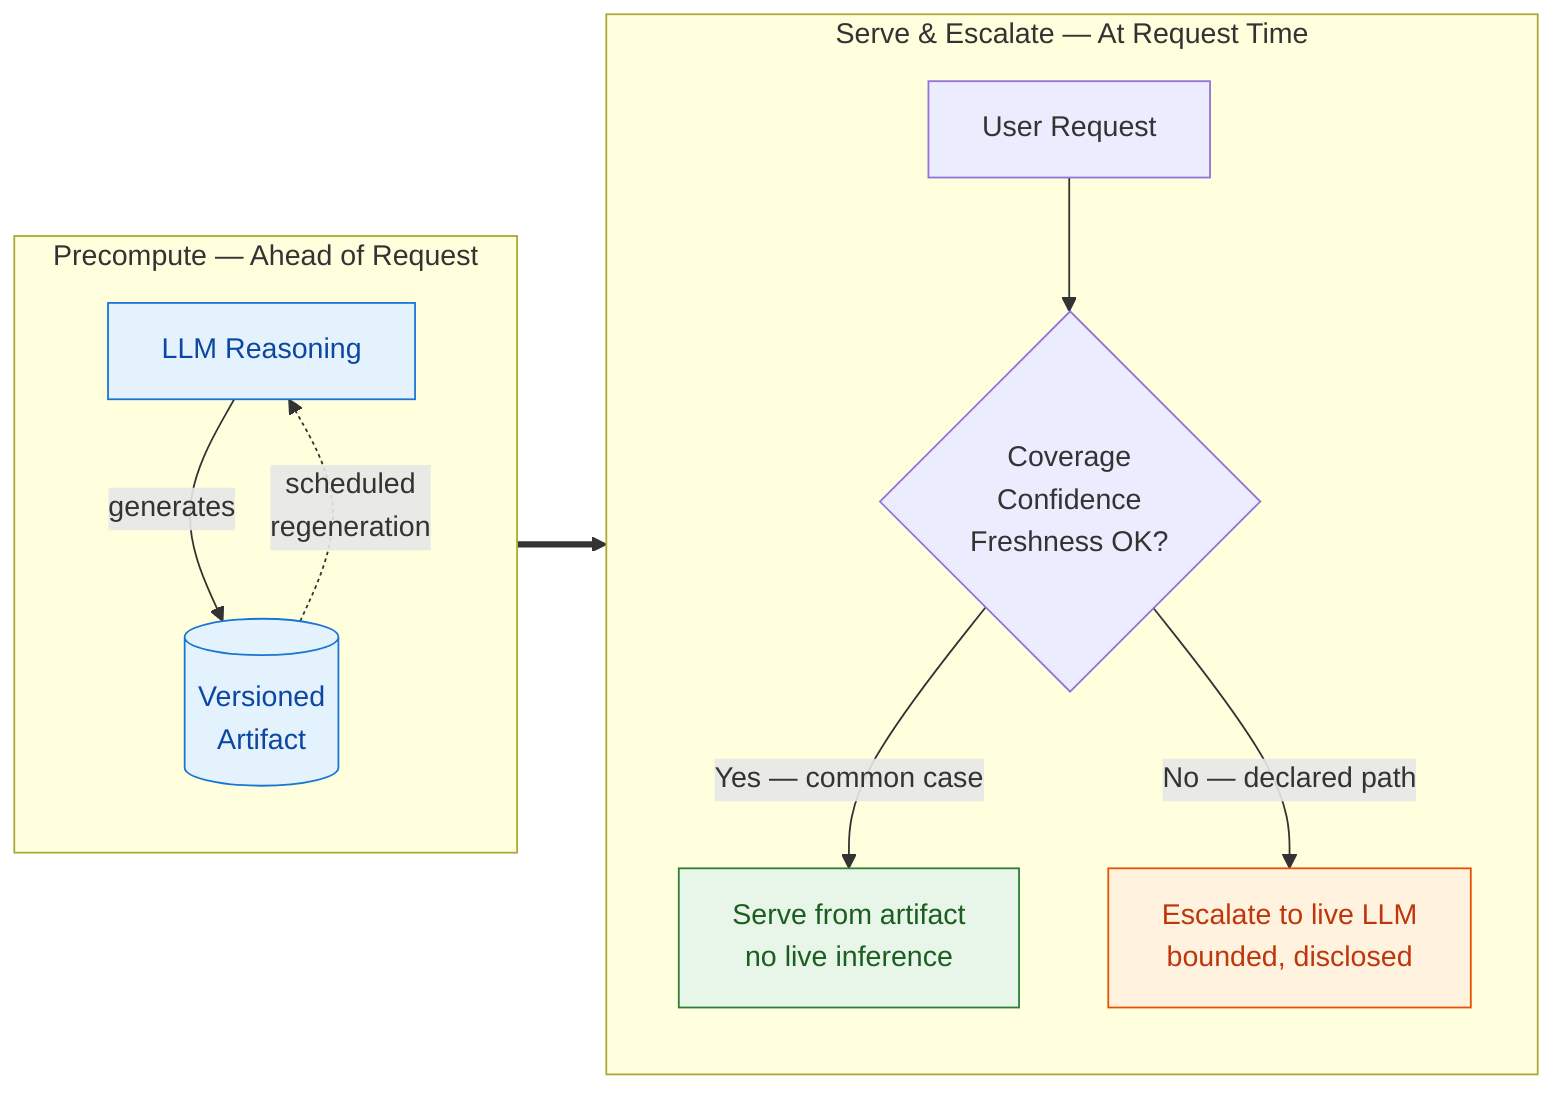
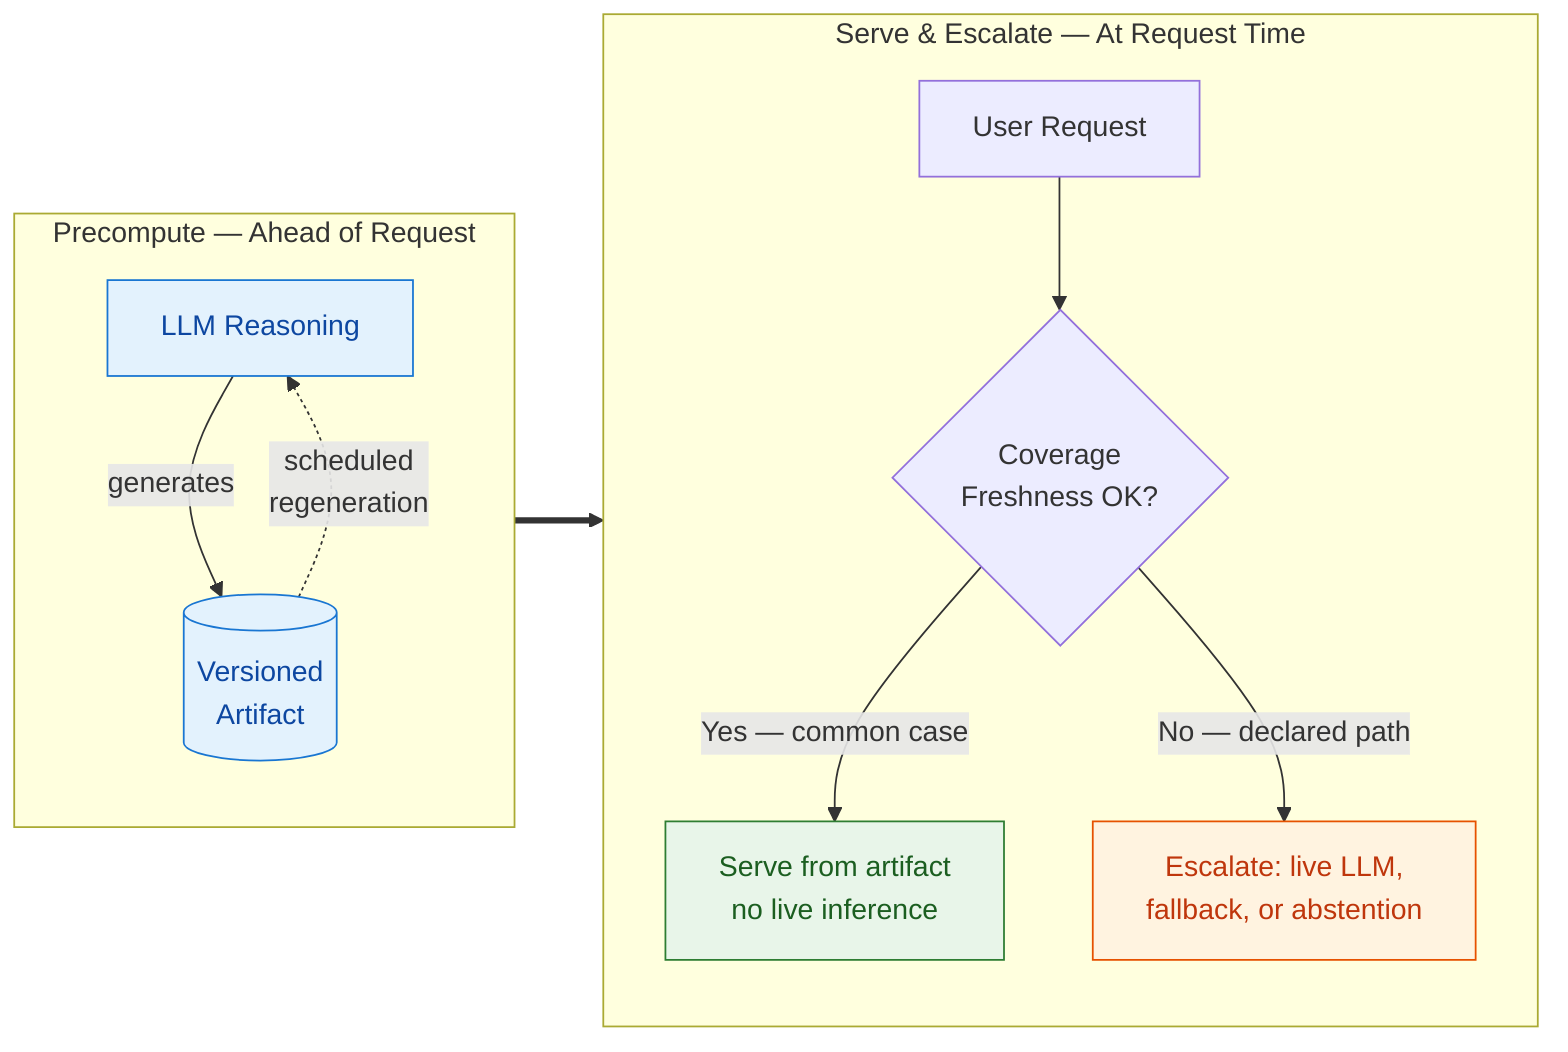

flowchart LR
    subgraph PRE["Precompute — Ahead of Request"]
        direction TB
        L[LLM Reasoning]
        L -->|generates| A[(Versioned<br/>Artifact)]
        A -.->|scheduled<br/>regeneration| L
    end

    subgraph REQ["Serve & Escalate — At Request Time"]
        direction TB
-         U[User Request] --> D{Coverage<br/>Confidence<br/>Freshness OK?}
+         U[User Request] --> D{Coverage<br/>Freshness OK?}
        D -->|Yes — common case| S[Serve from artifact<br/>no live inference]
-         D -->|No — declared path| E[Escalate to live LLM<br/>bounded, disclosed]
+         D -->|No — declared path| E[Escalate: live LLM,<br/>fallback, or abstention]
    end

    A ==> D

    classDef precompute fill:#e3f2fd,stroke:#1976d2,color:#0d47a1
    classDef serve fill:#e8f5e9,stroke:#2e7d32,color:#1b5e20
    classDef escalate fill:#fff3e0,stroke:#e65100,color:#bf360c

    class L,A precompute
    class S serve
    class E escalate
